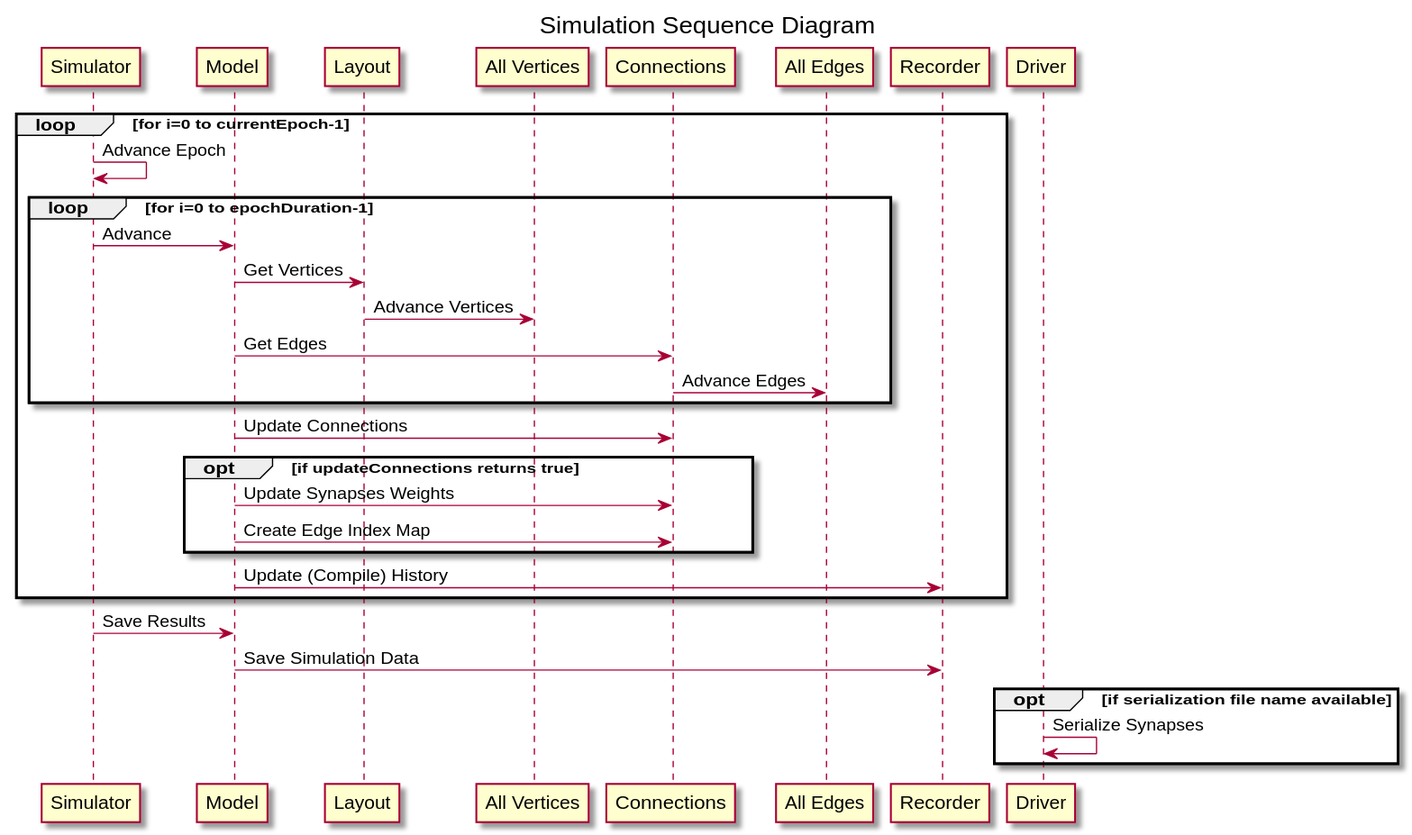
The PlantUML diagram docs/Developer/SequenceDiagrams/diagrams/simulatorSimulate.svg in UWB-Biocomputing/Graphitti, before a commit.
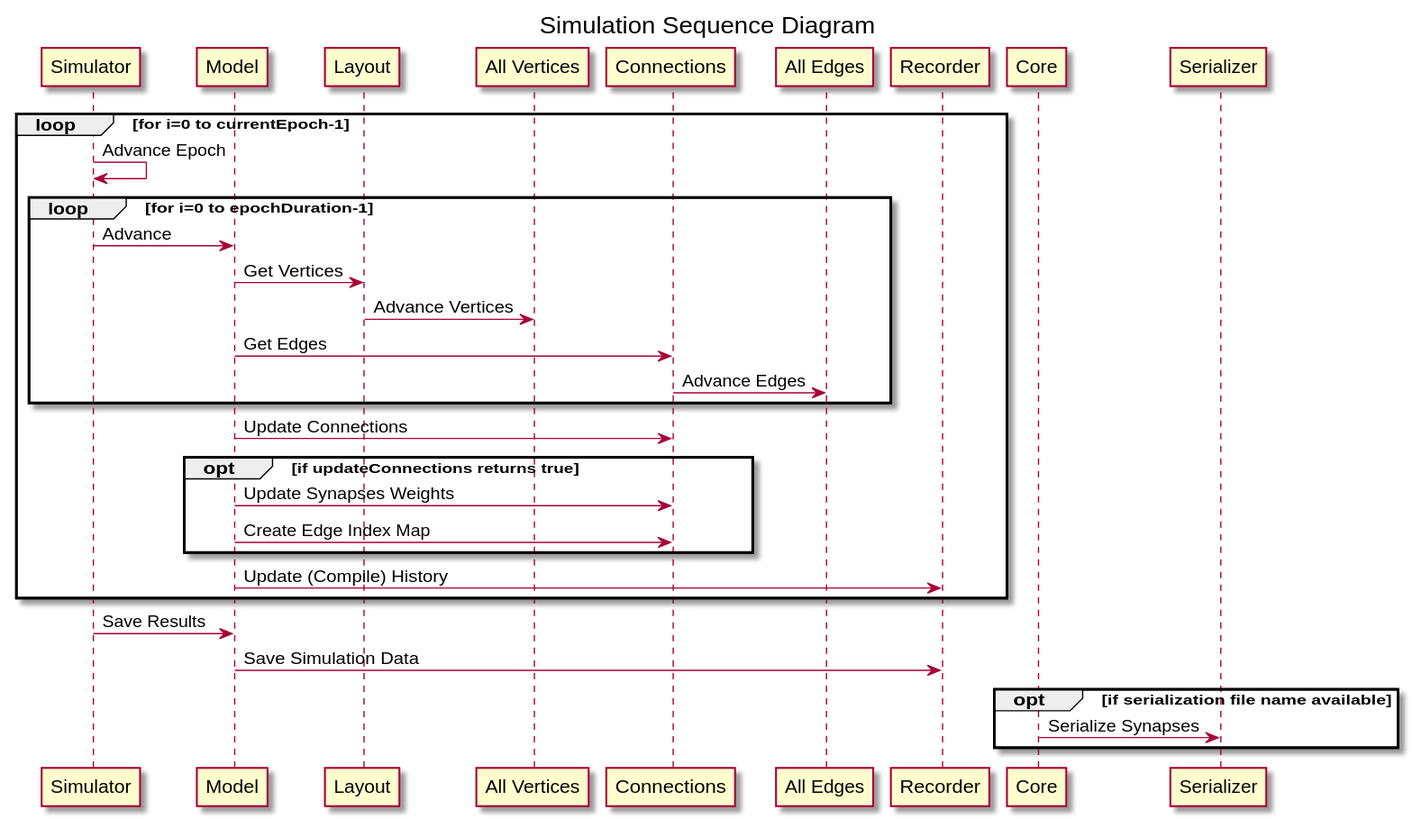
Later version of the same file.

The edit, as a diff of the source:
```diff
@@ -22,7 +22,7 @@
 Simulator -> Model: Save Results
 Model -> Recorder: Save Simulation Data
 opt if serialization file name available
-    Driver -> Driver: Serialize Synapses
+    Core -> Serializer: Serialize Synapses
 end
 
 @enduml
```
